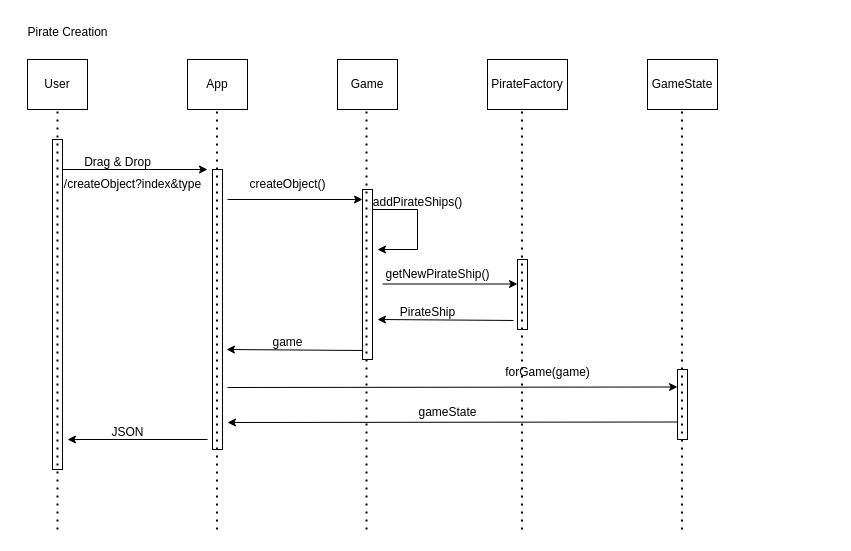
Above: Sequence Diagrams/createObjectPirate.drawio in CSCI-513-Spring25/final-project-group-projects-dinesh-venkata (draw.io), before the change. Source tidied: cells renumbered, new cells numbered last; positions are measured from the earlier drawing's top-left corner, leaving out a move shared by most shapes. Both pictures are drawn from the tidied source at 100%, with x=0, y=0 at pixel (17, 17).
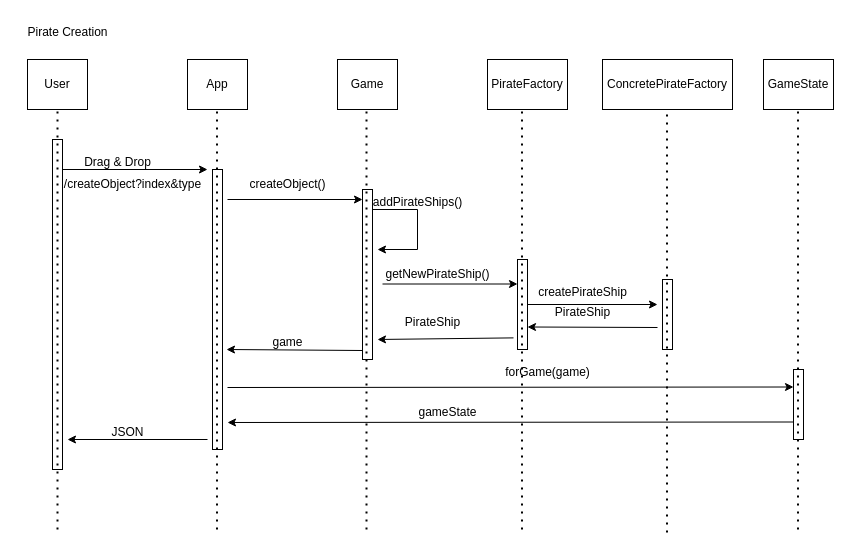
After the change.

The edit, as a diff of the source:
```diff
@@
     <mxCell id="17" value="GameState" style="rounded=0;whiteSpace=wrap;html=1;" parent="1" vertex="1">
-      <mxGeometry x="630" y="42" width="70" height="50" as="geometry" />
+      <mxGeometry x="746" y="42" width="70" height="50" as="geometry" />
     </mxCell>
     <mxCell id="18" style="rounded=0;whiteSpace=wrap;html=1;" parent="1" vertex="1">
-      <mxGeometry x="500" y="242" width="10" height="70" as="geometry" />
+      <mxGeometry x="500" y="242" width="10" height="90" as="geometry" />
     </mxCell>
@@
     <mxCell id="21" style="endArrow=classic;html=1;rounded=0;exitX=-0.4;exitY=0.871;exitDx=0;exitDy=0;exitPerimeter=0;" parent="1" edge="1" source="18">
       <mxGeometry relative="1" as="geometry">
-        <mxPoint x="360" y="302" as="targetPoint" />
+        <mxPoint x="360" y="322" as="targetPoint" />
       </mxGeometry>
     </mxCell>
     <mxCell id="22" value="PirateShip" style="text;html=1;align=center;verticalAlign=middle;strokeColor=none;fillColor=none;" parent="1" vertex="1">
-      <mxGeometry x="370" y="280" width="80" height="30" as="geometry" />
+      <mxGeometry x="375" y="290" width="80" height="30" as="geometry" />
     </mxCell>
@@
     <mxCell id="25" style="rounded=0;whiteSpace=wrap;html=1;" parent="1" vertex="1">
-      <mxGeometry x="660" y="352" width="10" height="70" as="geometry" />
+      <mxGeometry x="776" y="352" width="10" height="70" as="geometry" />
     </mxCell>
@@
     <mxCell id="36" style="endArrow=none;dashed=1;html=1;dashPattern=1 3;strokeWidth=2;rounded=0;entryX=0.5;entryY=1;entryDx=0;entryDy=0;" parent="1" edge="1">
       <mxGeometry relative="1" as="geometry">
-        <mxPoint x="664.5" y="512" as="sourcePoint" />
-        <mxPoint x="664.5" y="92" as="targetPoint" />
+        <mxPoint x="780.5" y="512" as="sourcePoint" />
+        <mxPoint x="780.5" y="92" as="targetPoint" />
       </mxGeometry>
     </mxCell>
+    <mxCell id="37" value="ConcretePirateFactory" style="rounded=0;whiteSpace=wrap;html=1;" parent="1" vertex="1">
+      <mxGeometry x="585" y="42" width="130" height="50" as="geometry" />
+    </mxCell>
+    <mxCell id="38" style="endArrow=classic;html=1;rounded=0;exitX=1;exitY=0.5;exitDx=0;exitDy=0;" parent="1" edge="1" source="18">
+      <mxGeometry relative="1" as="geometry">
+        <mxPoint x="640" y="287" as="targetPoint" />
+      </mxGeometry>
+    </mxCell>
+    <mxCell id="39" style="endArrow=classic;html=1;rounded=0;entryX=1;entryY=0.75;entryDx=0;entryDy=0;" parent="1" edge="1" target="18">
+      <mxGeometry relative="1" as="geometry">
+        <mxPoint x="640" y="310" as="sourcePoint" />
+      </mxGeometry>
+    </mxCell>
+    <mxCell id="40" value="createPirateShip" style="text;html=1;align=center;verticalAlign=middle;strokeColor=none;fillColor=none;" parent="1" vertex="1">
+      <mxGeometry x="510" y="260" width="110" height="30" as="geometry" />
+    </mxCell>
+    <mxCell id="41" value="PirateShip" style="text;html=1;align=center;verticalAlign=middle;strokeColor=none;fillColor=none;" parent="1" vertex="1">
+      <mxGeometry x="525" y="280" width="80" height="30" as="geometry" />
+    </mxCell>
+    <mxCell id="42" style="rounded=0;whiteSpace=wrap;html=1;" parent="1" vertex="1">
+      <mxGeometry x="645" y="262" width="10" height="70" as="geometry" />
+    </mxCell>
+    <mxCell id="43" style="endArrow=none;dashed=1;html=1;dashPattern=1 3;strokeWidth=2;rounded=0;entryX=0.5;entryY=1;entryDx=0;entryDy=0;" parent="1" edge="1">
+      <mxGeometry relative="1" as="geometry">
+        <mxPoint x="649.5" y="515" as="sourcePoint" />
+        <mxPoint x="649.5" y="95" as="targetPoint" />
+      </mxGeometry>
+    </mxCell>
```
